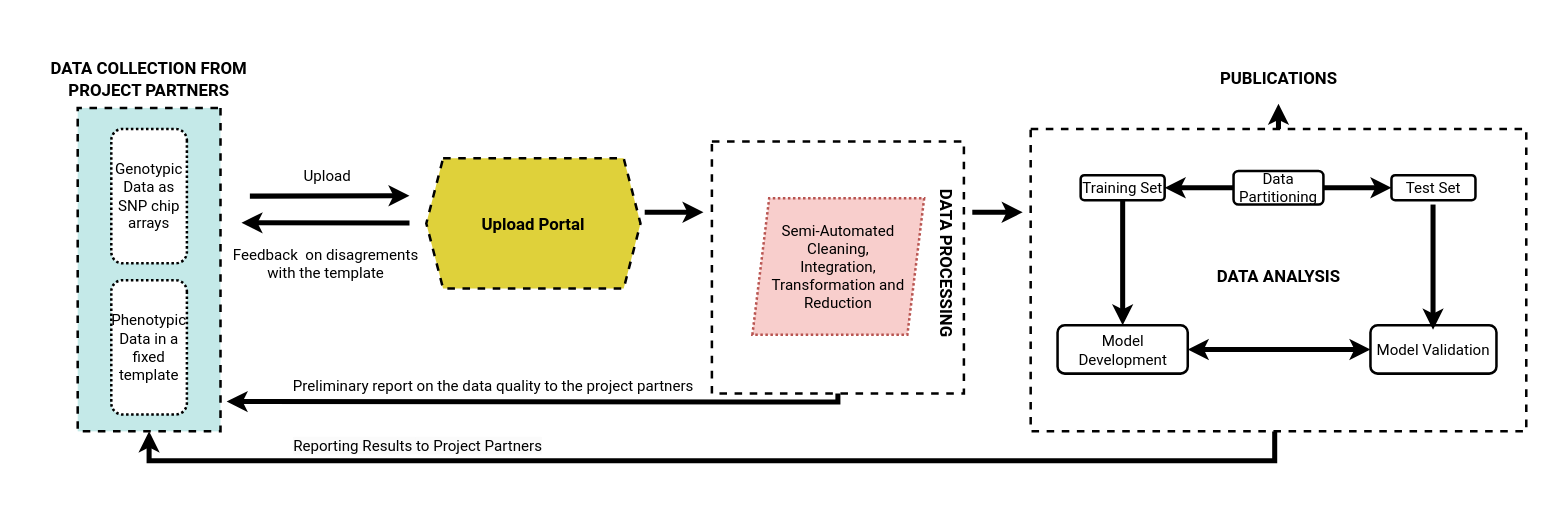
Before: Fig_Poster.drawio in ravindra2859/Figure_Poster, a draw.io diagram. Source tidied: cells renumbered, new cells numbered last; positions are measured from the earlier drawing's top-left corner, leaving out a move shared by most shapes. Both pictures are drawn from the tidied source at 84%, with x=0, y=0 at pixel (14, 66).
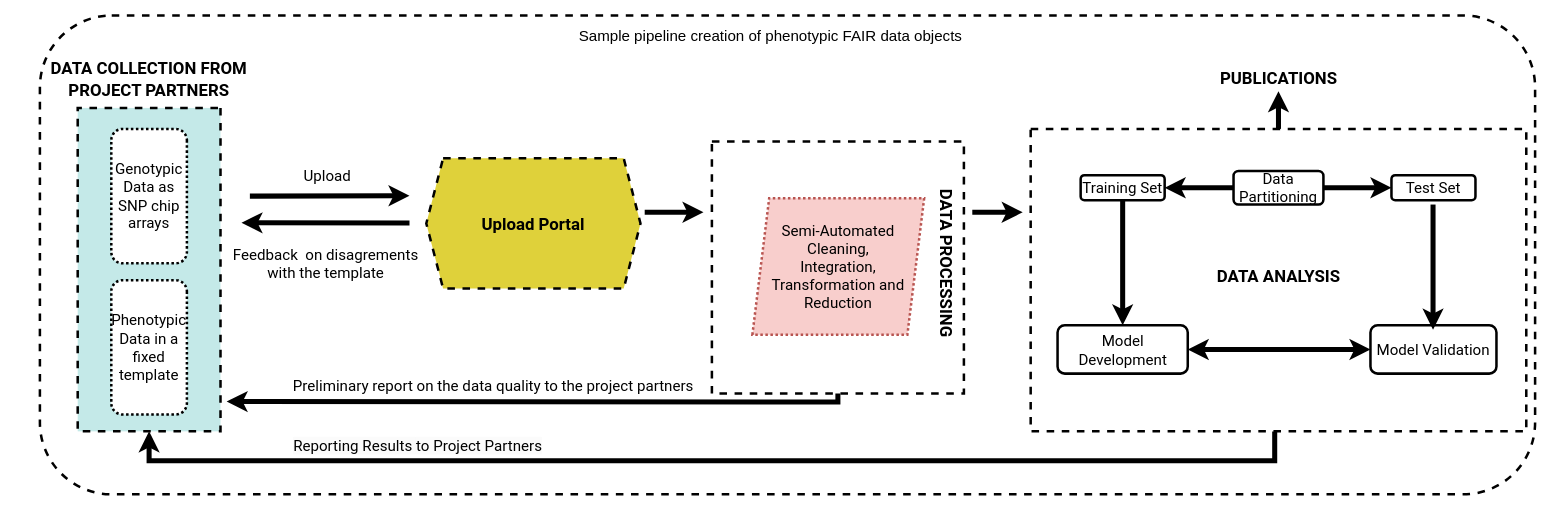
After the change.

Commit message:
minor addition to make it compatible to a larger scheme

The change refers to these unchanged cells:
```xml
<mxCell id="4" style="rounded=0;whiteSpace=wrap;html=1;dashed=1;strokeWidth=3;" parent="1" vertex="1">
  <mxGeometry x="1209.5" y="75" width="590" height="360" as="geometry" />
</mxCell>
<mxCell id="33" value="&lt;font face=&quot;Roboto&quot;&gt;&lt;span style=&quot;font-size: 20px;&quot;&gt;PUBLICATIONS&lt;/span&gt;&lt;/font&gt;" style="text;html=1;strokeColor=none;fillColor=none;align=center;verticalAlign=middle;whiteSpace=wrap;rounded=0;rotation=0;fontSize=21;fontStyle=1;" parent="1" vertex="1">
  <mxGeometry x="1344.5" width="320" height="30" as="geometry" />
</mxCell>
```

Diff of the diagram source:
```diff
@@
+    <mxCell id="34" style="rounded=1;whiteSpace=wrap;html=1;dashed=1;strokeWidth=3;fontSize=18;" parent="1" vertex="1">
+      <mxGeometry x="30" y="-60" width="1780" height="570" as="geometry" />
+    </mxCell>
-    <mxCell id="2" style="edgeStyle=orthogonalEdgeStyle;rounded=0;jettySize=auto;html=1;strokeWidth=6;" parent="1" edge="1" source="4">
-      <mxGeometry relative="1" as="geometry">
-        <mxPoint x="1504.5" y="45" as="targetPoint" />
-      </mxGeometry>
+    <mxCell id="2" style="edgeStyle=orthogonalEdgeStyle;rounded=0;jettySize=auto;html=1;strokeWidth=6;entryX=0.5;entryY=1;entryDx=0;entryDy=0;" parent="1" edge="1" source="4" target="33">
+      <mxGeometry relative="1" as="geometry" />
     </mxCell>
@@
+    <mxCell id="35" value="Sample pipeline creation of phenotypic FAIR data objects" style="text;html=1;strokeColor=none;fillColor=none;align=center;verticalAlign=middle;whiteSpace=wrap;rounded=0;dashed=1;strokeWidth=3;fontSize=18;" parent="1" vertex="1">
+      <mxGeometry x="600" y="-50" width="600" height="30" as="geometry" />
+    </mxCell>
```
